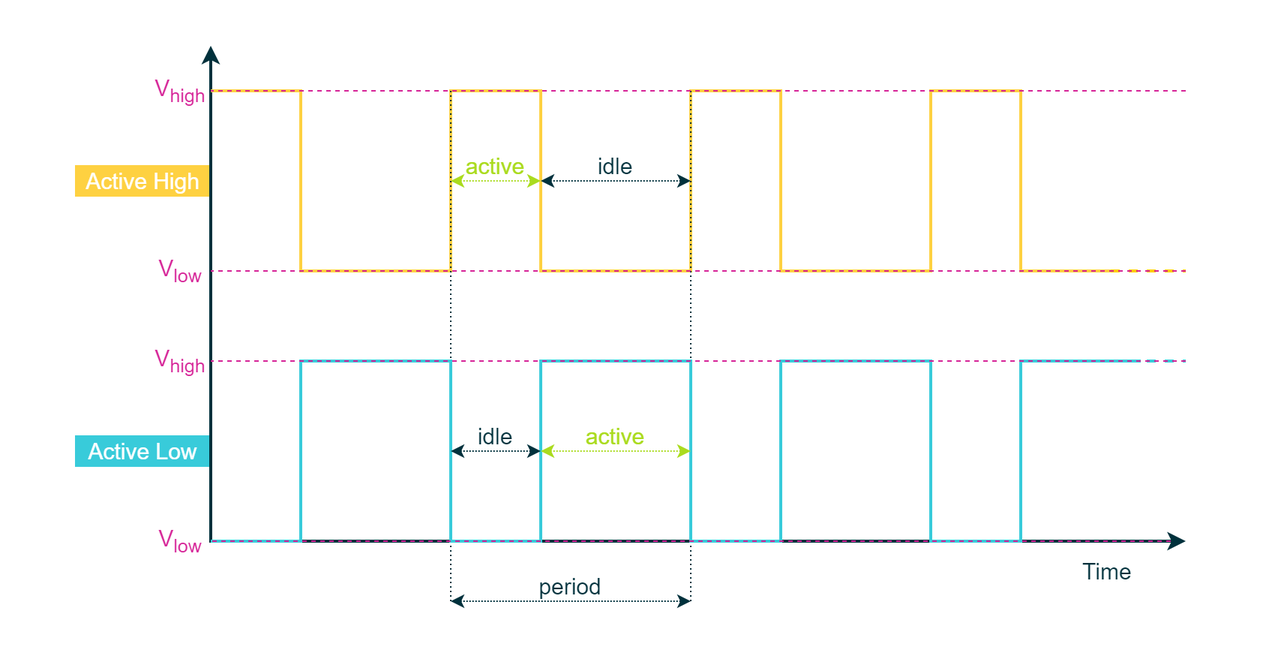
This is draw.io/PE Articles/General knowledge/Fundamentals/PWM 101 from Duty Cycle to Motor Control/Active high and low PWM (PE).png from PLAY-Embedded/pe_assets, a draw.io export, as it was before one commit. Source tidied: cells renumbered, new cells last; positions are measured from the earlier drawing's top-left corner, leaving out a move shared by most shapes.
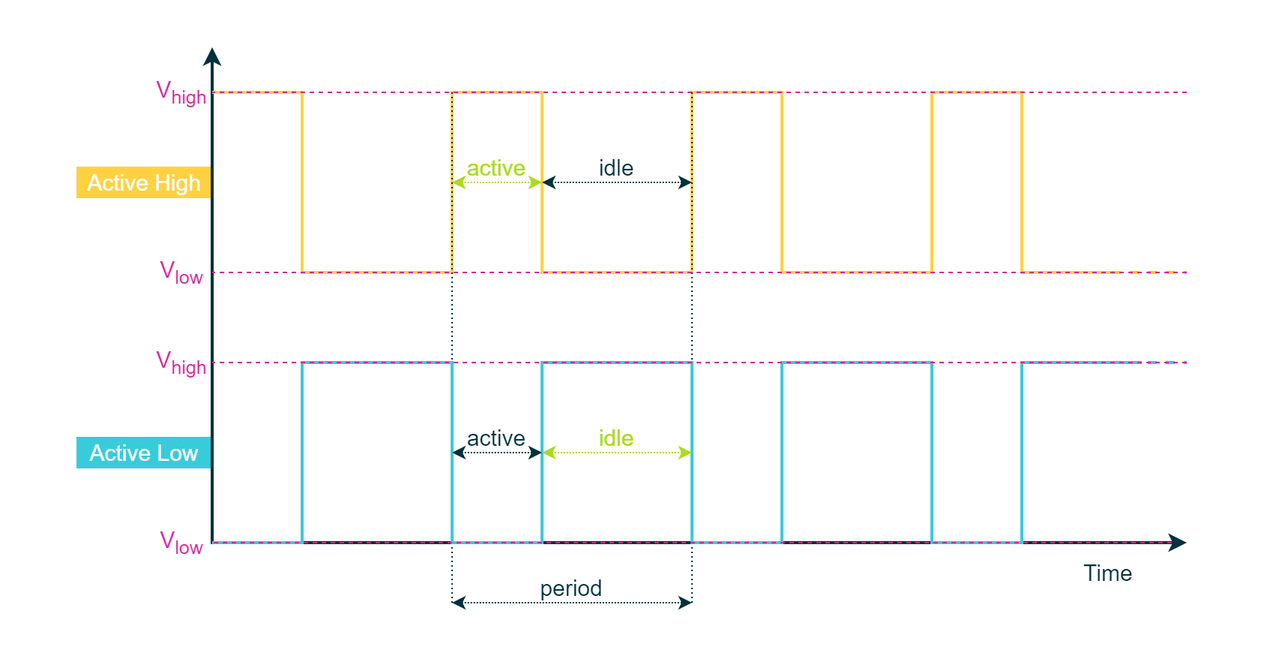
After the change.

Change to the diagram source:
```diff
@@ -117,7 +117,7 @@
         </Array>
       </mxGeometry>
     </mxCell>
-    <mxCell id="19" value="&lt;font color=&quot;#00313c&quot; style=&quot;font-size: 15px;&quot;&gt;idle&lt;/font&gt;" style="rounded=0;whiteSpace=wrap;html=1;strokeColor=none;strokeWidth=1;fillColor=none;fontFamily=Arial;fontSize=8;fontColor=#4DB182;align=center;" parent="1" vertex="1">
+    <mxCell id="19" value="&lt;font color=&quot;#00313c&quot; style=&quot;font-size: 15px;&quot;&gt;active&lt;/font&gt;" style="rounded=0;whiteSpace=wrap;html=1;strokeColor=none;strokeWidth=1;fillColor=none;fontFamily=Arial;fontSize=8;fontColor=#4DB182;align=center;" parent="1" vertex="1">
       <mxGeometry x="300" y="280" width="60" height="20" as="geometry" />
     </mxCell>
     <mxCell id="20" style="endArrow=classic;startArrow=classic;html=1;labelBackgroundColor=none;strokeColor=#00313C;strokeWidth=1;fillColor=#00313C;fontFamily=Arial;fontSize=8;fontColor=#0067B9;dashed=1;dashPattern=1 1;" parent="1" edge="1">
@@ -126,7 +126,7 @@
         <mxPoint x="360" y="300" as="targetPoint" />
       </mxGeometry>
     </mxCell>
-    <mxCell id="21" value="&lt;font color=&quot;#aadb1e&quot; style=&quot;font-size: 15px;&quot;&gt;active&lt;/font&gt;" style="rounded=0;whiteSpace=wrap;html=1;strokeColor=none;strokeWidth=1;fillColor=none;fontFamily=Arial;fontSize=8;fontColor=#4DB182;align=center;" parent="1" vertex="1">
+    <mxCell id="21" value="&lt;font color=&quot;#aadb1e&quot; style=&quot;font-size: 15px;&quot;&gt;idle&lt;/font&gt;" style="rounded=0;whiteSpace=wrap;html=1;strokeColor=none;strokeWidth=1;fillColor=none;fontFamily=Arial;fontSize=8;fontColor=#4DB182;align=center;" parent="1" vertex="1">
       <mxGeometry x="360" y="280" width="100" height="20" as="geometry" />
     </mxCell>
     <mxCell id="22" style="endArrow=classic;startArrow=classic;html=1;labelBackgroundColor=none;strokeColor=#AADB1E;strokeWidth=1;fillColor=#AADB1E;fontFamily=Arial;fontSize=8;fontColor=#0067B9;dashed=1;dashPattern=1 1;" parent="1" edge="1">
```
